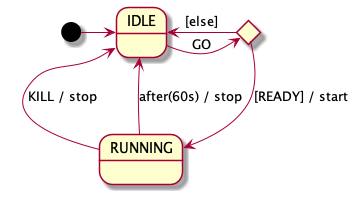
The PlantUML diagram diagrams/firstExample.png in theodore-norvell/cogent, before a commit.
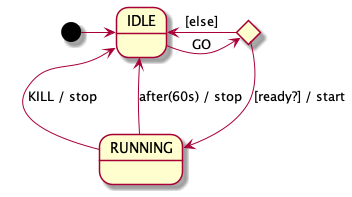
Above is the later version.

What changed in the source:
```diff
@@ -4,7 +4,7 @@
     state C <<choice>>
     [*] -> IDLE
     IDLE -> C : GO
-    C -> RUNNING : [READY] / start
+    C -> RUNNING : [ready?] / start
     C -> IDLE : [else]
     RUNNING -> IDLE : KILL / stop
     RUNNING --> IDLE : after(60s) / stop
```
